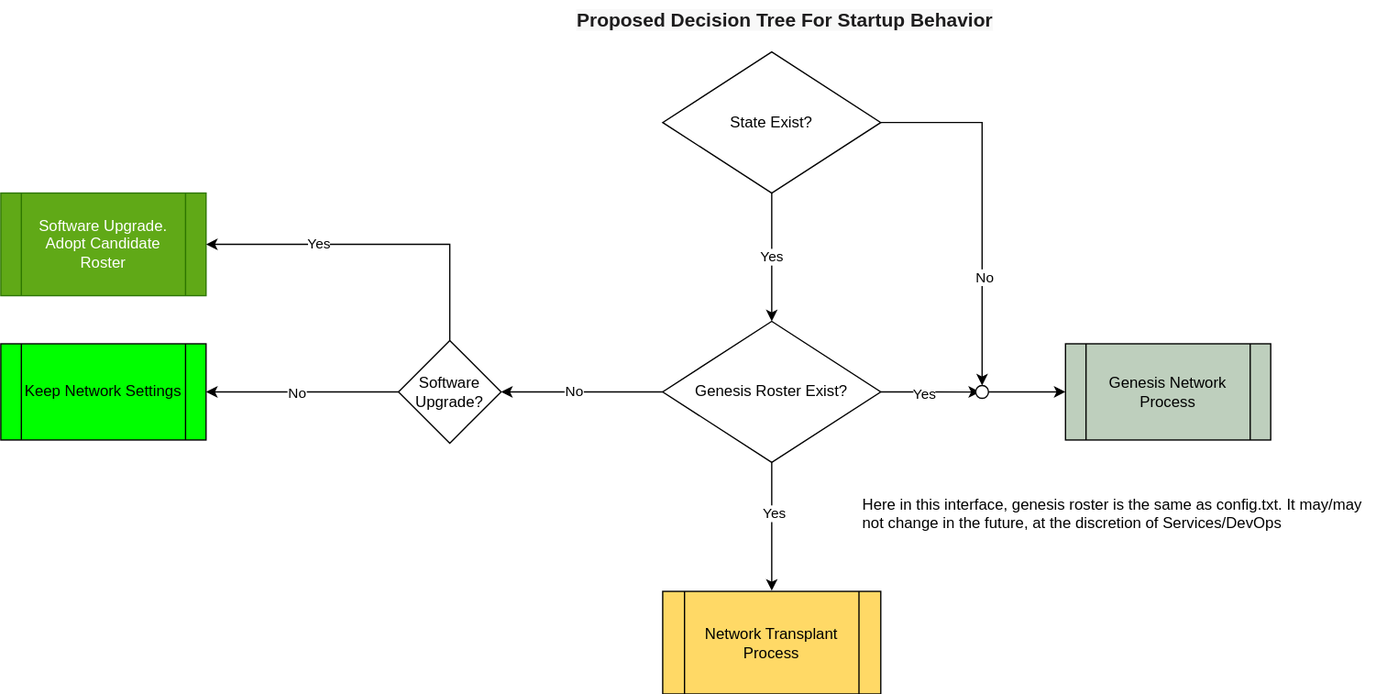
Earlier version of the draw.io export platform-sdk/docs/proposals/001-tss-rosters-design-proposal/Proposed Network Transplant flow.drawio.svg (hashgraph/hedera-services). Source tidied: cells renumbered, new cells last; positions are measured from the earlier drawing's top-left corner, leaving out a move shared by most shapes.
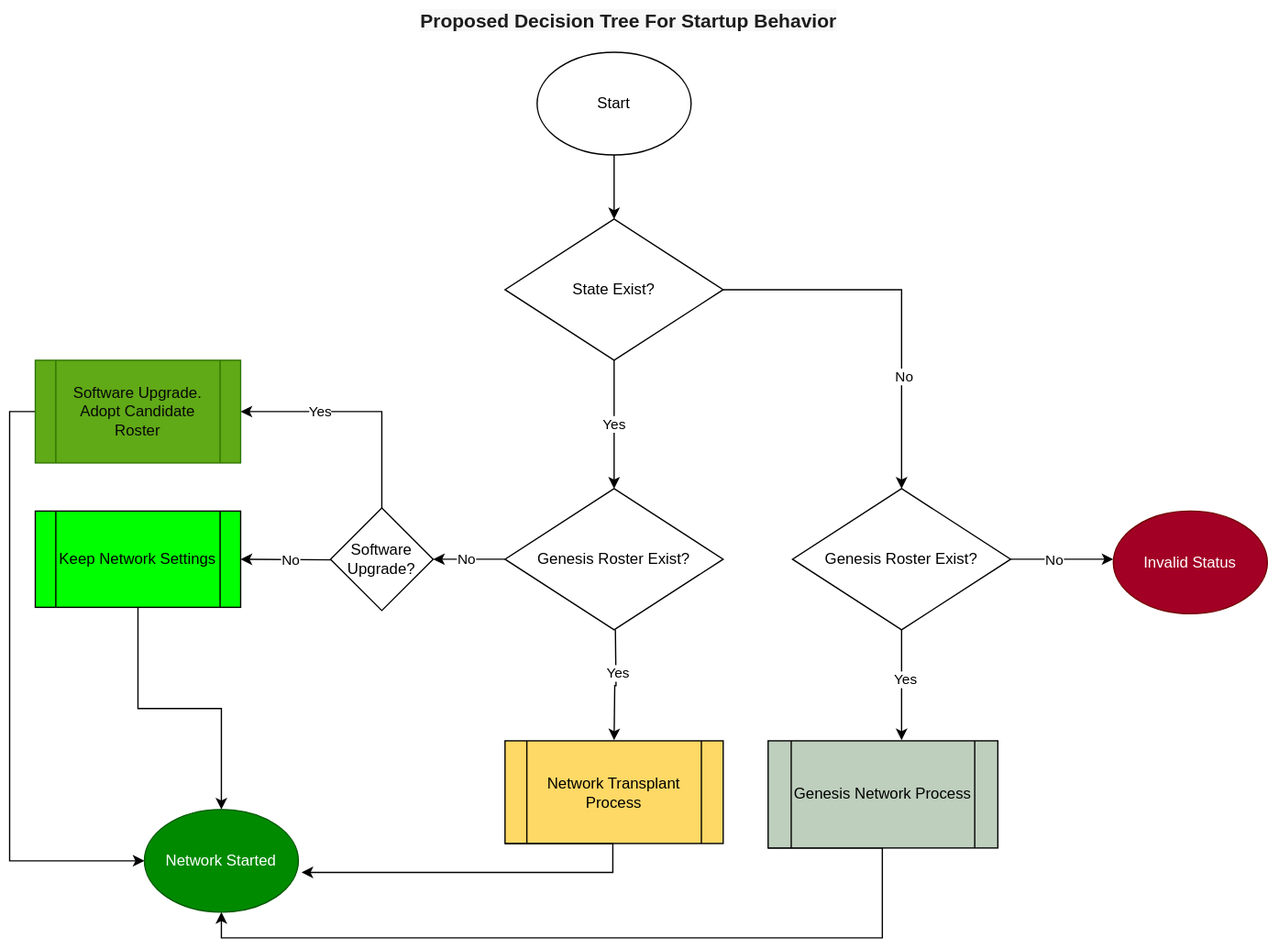
Later version of the same file.

What changed in the source:
```diff
@@ -2,35 +2,32 @@
   <root>
     <mxCell id="0" />
     <mxCell id="1" parent="0" />
-    <mxCell id="2" style="edgeStyle=orthogonalEdgeStyle;rounded=0;jettySize=auto;html=1;exitX=0.5;exitY=1;exitDx=0;exitDy=0;" parent="1" edge="1" source="8">
+    <mxCell id="2" style="edgeStyle=orthogonalEdgeStyle;rounded=0;orthogonalLoop=1;jettySize=auto;html=1;exitX=0.5;exitY=1;exitDx=0;exitDy=0;" parent="1" edge="1">
       <mxGeometry relative="1" as="geometry">
-        <mxPoint x="601" y="460" as="targetPoint" />
+        <mxPoint x="602" y="360" as="sourcePoint" />
+        <mxPoint x="601" y="446" as="targetPoint" />
       </mxGeometry>
     </mxCell>
     <mxCell id="3" value="Yes" style="edgeLabel;html=1;align=center;verticalAlign=middle;" parent="2" vertex="1">
       <mxGeometry x="-0.22" y="1" relative="1" as="geometry" />
     </mxCell>
-    <mxCell id="4" style="edgeStyle=orthogonalEdgeStyle;rounded=0;jettySize=auto;html=1;exitX=0;exitY=0.5;exitDx=0;exitDy=0;entryX=1;entryY=0.5;entryDx=0;entryDy=0;" parent="1" edge="1" source="24" target="15">
-      <mxGeometry relative="1" as="geometry" />
+    <mxCell id="4" style="edgeStyle=orthogonalEdgeStyle;rounded=0;jettySize=auto;html=1;exitX=0;exitY=0.5;exitDx=0;exitDy=0;entryX=1;entryY=0.5;entryDx=0;entryDy=0;" parent="1" edge="1" target="15">
+      <mxGeometry relative="1" as="geometry">
+        <mxPoint x="460" y="305" as="sourcePoint" />
+      </mxGeometry>
     </mxCell>
     <mxCell id="5" value="No" style="edgeLabel;html=1;align=center;verticalAlign=middle;" parent="4" vertex="1">
-      <mxGeometry x="0.06" relative="1" as="geometry" />
+      <mxGeometry x="0.06" relative="1" as="geometry">
+        <mxPoint x="-32" as="offset" />
+      </mxGeometry>
     </mxCell>
-    <mxCell id="6" style="edgeStyle=orthogonalEdgeStyle;rounded=0;jettySize=auto;html=1;exitX=1;exitY=0.5;exitDx=0;exitDy=0;" parent="1" edge="1" source="8">
-      <mxGeometry relative="1" as="geometry">
-        <mxPoint x="763.4" y="305.1" as="targetPoint" />
-      </mxGeometry>
-    </mxCell>
-    <mxCell id="7" value="Yes" style="edgeLabel;html=1;align=center;verticalAlign=middle;" parent="6" vertex="1">
-      <mxGeometry x="-0.16" y="-1" relative="1" as="geometry" />
-    </mxCell>
     <mxCell id="8" value="Genesis Roster Exist?" style="rhombus;whiteSpace=wrap;html=1;" parent="1" vertex="1">
       <mxGeometry x="516" y="250" width="170" height="110" as="geometry" />
     </mxCell>
     <mxCell id="9" value="Yes" style="edgeStyle=orthogonalEdgeStyle;rounded=0;jettySize=auto;html=1;exitX=0.5;exitY=1;exitDx=0;exitDy=0;entryX=0.5;entryY=0;entryDx=0;entryDy=0;" parent="1" edge="1" source="12" target="8">
       <mxGeometry relative="1" as="geometry" />
     </mxCell>
-    <mxCell id="10" style="edgeStyle=orthogonalEdgeStyle;rounded=0;jettySize=auto;html=1;exitX=1;exitY=0.5;exitDx=0;exitDy=0;entryX=0.5;entryY=0;entryDx=0;entryDy=0;" parent="1" edge="1" source="12" target="18">
+    <mxCell id="10" style="edgeStyle=orthogonalEdgeStyle;rounded=0;jettySize=auto;html=1;exitX=1;exitY=0.5;exitDx=0;exitDy=0;entryX=0.5;entryY=0;entryDx=0;entryDy=0;" parent="1" edge="1" source="12" target="31">
       <mxGeometry relative="1" as="geometry" />
     </mxCell>
     <mxCell id="11" value="No" style="edgeLabel;html=1;align=center;verticalAlign=middle;" parent="10" vertex="1">
@@ -39,26 +36,40 @@
     <mxCell id="12" value="State Exist?" style="rhombus;whiteSpace=wrap;html=1;" parent="1" vertex="1">
       <mxGeometry x="516" y="40" width="170" height="110" as="geometry" />
     </mxCell>
+    <mxCell id="26" style="edgeStyle=orthogonalEdgeStyle;rounded=0;jettySize=auto;html=1;exitX=0;exitY=1;exitDx=0;exitDy=0;entryX=0.5;entryY=1;entryDx=0;entryDy=0;" parent="1" edge="1" source="13" target="36">
+      <mxGeometry relative="1" as="geometry">
+        <Array as="points">
+          <mxPoint x="810" y="530" />
+          <mxPoint x="810" y="600" />
+          <mxPoint x="295" y="600" />
+        </Array>
+      </mxGeometry>
+    </mxCell>
     <mxCell id="13" value="Genesis Network Process" style="shape=process;whiteSpace=wrap;html=1;backgroundOutline=1;fillColor=#BECFBD;" parent="1" vertex="1">
-      <mxGeometry x="830" y="267.5" width="160" height="75" as="geometry" />
+      <mxGeometry x="721" y="446.5" width="179" height="83.5" as="geometry" />
     </mxCell>
     <mxCell id="14" value="Network Transplant Process" style="shape=process;whiteSpace=wrap;html=1;backgroundOutline=1;fillColor=#FFD966;" parent="1" vertex="1">
-      <mxGeometry x="516" y="460.5" width="170" height="80" as="geometry" />
+      <mxGeometry x="516" y="446.5" width="170" height="80" as="geometry" />
     </mxCell>
+    <mxCell id="27" style="edgeStyle=orthogonalEdgeStyle;rounded=0;jettySize=auto;html=1;exitX=0.5;exitY=1;exitDx=0;exitDy=0;" parent="1" edge="1" source="15" target="36">
+      <mxGeometry relative="1" as="geometry" />
+    </mxCell>
     <mxCell id="15" value="Keep Network Settings" style="shape=process;whiteSpace=wrap;html=1;backgroundOutline=1;fillColor=#00FF00;" parent="1" vertex="1">
-      <mxGeometry y="267.5" width="160" height="75" as="geometry" />
+      <mxGeometry x="150" y="267.5" width="160" height="75" as="geometry" />
     </mxCell>
     <mxCell id="16" value="&lt;b style=&quot;box-sizing: inherit; color: rgb(29, 28, 29); font-family: Slack-Lato, Slack-Fractions, appleLogo, sans-serif; font-size: 15px; font-variant-ligatures: common-ligatures; text-align: left; background-color: rgb(248, 248, 248);&quot;&gt;Proposed Decision Tree For Startup Behavior&lt;/b&gt;" style="text;html=1;align=center;verticalAlign=middle;whiteSpace=wrap;rounded=0;" parent="1" vertex="1">
-      <mxGeometry x="438.5" width="345" height="30" as="geometry" />
+      <mxGeometry x="440" y="-130" width="345" height="30" as="geometry" />
     </mxCell>
-    <mxCell id="17" style="edgeStyle=orthogonalEdgeStyle;rounded=0;jettySize=auto;html=1;exitX=1;exitY=0.5;exitDx=0;exitDy=0;entryX=0;entryY=0.5;entryDx=0;entryDy=0;" parent="1" edge="1" source="18" target="13">
-      <mxGeometry relative="1" as="geometry" />
-    </mxCell>
-    <mxCell id="18" style="ellipse;whiteSpace=wrap;html=1;" parent="1" vertex="1">
-      <mxGeometry x="760" y="300" width="10" height="10" as="geometry" />
-    </mxCell>
+    <mxCell id="28" style="edgeStyle=orthogonalEdgeStyle;rounded=0;jettySize=auto;html=1;exitX=0;exitY=0.5;exitDx=0;exitDy=0;" parent="1" edge="1" source="19" target="36">
+      <mxGeometry relative="1" as="geometry">
+        <Array as="points">
+          <mxPoint x="130" y="190" />
+          <mxPoint x="130" y="540" />
+        </Array>
+      </mxGeometry>
+    </mxCell>
-    <mxCell id="19" value="Software Upgrade.&lt;br&gt;Adopt Candidate Roster" style="shape=process;whiteSpace=wrap;html=1;backgroundOutline=1;fillColor=#60a917;strokeColor=#2D7600;fontColor=#ffffff;" parent="1" vertex="1">
-      <mxGeometry y="150" width="160" height="80" as="geometry" />
+    <mxCell id="19" value="&lt;font color=&quot;#080808&quot;&gt;Software Upgrade.&lt;br&gt;Adopt Candidate Roster&lt;/font&gt;" style="shape=process;whiteSpace=wrap;html=1;backgroundOutline=1;fillColor=#60a917;strokeColor=#2D7600;fontColor=#ffffff;" parent="1" vertex="1">
+      <mxGeometry x="150" y="150" width="160" height="80" as="geometry" />
     </mxCell>
     <mxCell id="20" style="edgeStyle=orthogonalEdgeStyle;rounded=0;jettySize=auto;html=1;exitX=0;exitY=0.5;exitDx=0;exitDy=0;entryX=1;entryY=0.5;entryDx=0;entryDy=0;" parent="1" edge="1" source="8" target="24">
       <mxGeometry relative="1" as="geometry" />
@@ -73,10 +84,46 @@
       <mxGeometry x="0.34" y="-1" relative="1" as="geometry" />
     </mxCell>
     <mxCell id="24" value="Software Upgrade?" style="rhombus;whiteSpace=wrap;html=1;" parent="1" vertex="1">
-      <mxGeometry x="310" y="265" width="80" height="80" as="geometry" />
+      <mxGeometry x="380" y="265" width="80" height="80" as="geometry" />
     </mxCell>
-    <mxCell id="25" value="Here in this interface, genesis roster is the same as config.txt. It may/may not change in the future, at the discretion of Services/DevOps" style="text;html=1;align=left;verticalAlign=middle;whiteSpace=wrap;rounded=0;" parent="1" vertex="1">
-      <mxGeometry x="670" y="390" width="410" height="20" as="geometry" />
-    </mxCell>
+    <mxCell id="29" style="edgeStyle=orthogonalEdgeStyle;rounded=0;jettySize=auto;html=1;exitX=1;exitY=0.5;exitDx=0;exitDy=0;" parent="1" edge="1" source="31">
+      <mxGeometry relative="1" as="geometry">
+        <mxPoint x="990" y="305" as="targetPoint" />
+      </mxGeometry>
+    </mxCell>
+    <mxCell id="30" value="No" style="edgeLabel;html=1;align=center;verticalAlign=middle;" parent="29" vertex="1">
+      <mxGeometry x="-0.19" relative="1" as="geometry">
+        <mxPoint x="1" as="offset" />
+      </mxGeometry>
+    </mxCell>
+    <mxCell id="31" value="Genesis Roster Exist?" style="rhombus;whiteSpace=wrap;html=1;" parent="1" vertex="1">
+      <mxGeometry x="740" y="250" width="170" height="110" as="geometry" />
+    </mxCell>
+    <mxCell id="32" style="edgeStyle=orthogonalEdgeStyle;rounded=0;jettySize=auto;html=1;exitX=0.5;exitY=1;exitDx=0;exitDy=0;entryX=0.581;entryY=-0.006;entryDx=0;entryDy=0;entryPerimeter=0;" parent="1" edge="1" source="31" target="13">
+      <mxGeometry relative="1" as="geometry" />
+    </mxCell>
+    <mxCell id="7" value="Yes" style="edgeLabel;html=1;align=center;verticalAlign=middle;" parent="32" vertex="1">
+      <mxGeometry x="-0.12" y="3" relative="1" as="geometry" />
+    </mxCell>
+    <mxCell id="33" value="Invalid Status" style="ellipse;whiteSpace=wrap;html=1;fillColor=#a20025;strokeColor=#6F0000;fontColor=#ffffff;" parent="1" vertex="1">
+      <mxGeometry x="990" y="267.5" width="120" height="80" as="geometry" />
+    </mxCell>
+    <mxCell id="34" style="edgeStyle=orthogonalEdgeStyle;rounded=0;jettySize=auto;html=1;exitX=0.5;exitY=1;exitDx=0;exitDy=0;entryX=0.5;entryY=0;entryDx=0;entryDy=0;" parent="1" edge="1" source="35" target="12">
+      <mxGeometry relative="1" as="geometry" />
+    </mxCell>
+    <mxCell id="35" value="Start" style="ellipse;whiteSpace=wrap;html=1;" parent="1" vertex="1">
+      <mxGeometry x="541" y="-90" width="120" height="80" as="geometry" />
+    </mxCell>
+    <mxCell id="36" value="Network Started" style="ellipse;whiteSpace=wrap;html=1;fillColor=#008a00;fontColor=#ffffff;strokeColor=#005700;" parent="1" vertex="1">
+      <mxGeometry x="235" y="500" width="120" height="80" as="geometry" />
+    </mxCell>
+    <mxCell id="37" style="edgeStyle=orthogonalEdgeStyle;rounded=0;jettySize=auto;html=1;exitX=0;exitY=1;exitDx=0;exitDy=0;entryX=1.021;entryY=0.613;entryDx=0;entryDy=0;entryPerimeter=0;" parent="1" edge="1" source="14" target="36">
+      <mxGeometry relative="1" as="geometry">
+        <Array as="points">
+          <mxPoint x="600" y="527" />
+          <mxPoint x="600" y="549" />
+        </Array>
+      </mxGeometry>
+    </mxCell>
   </root>
 </mxGraphModel>
```
